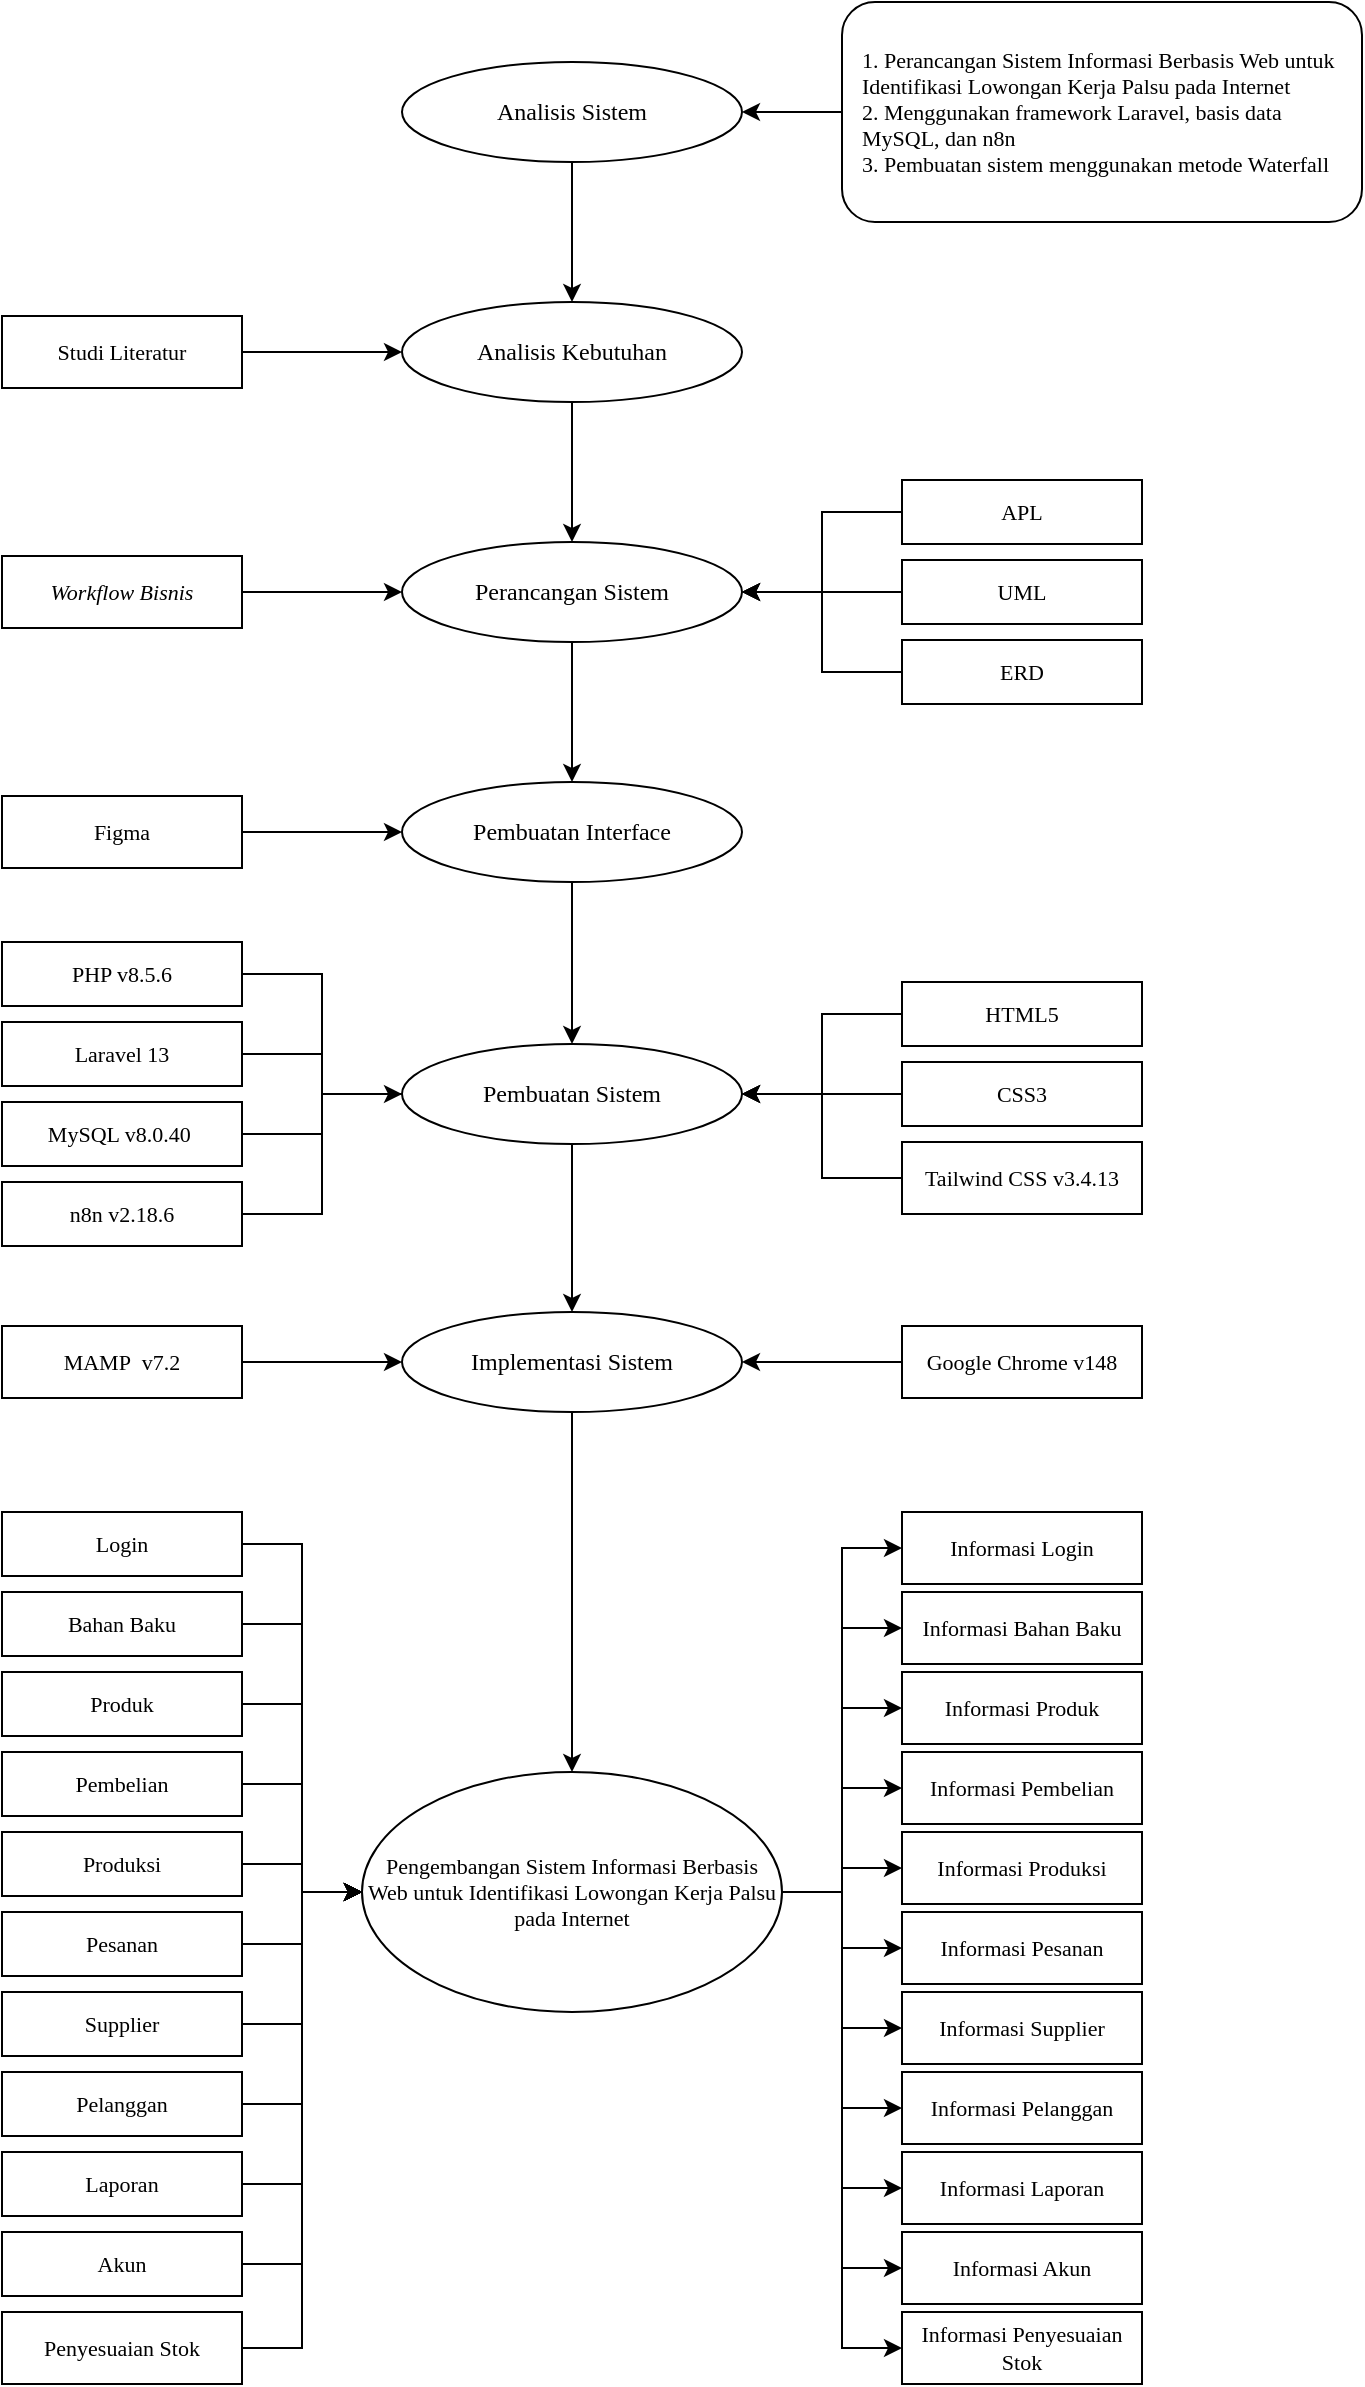
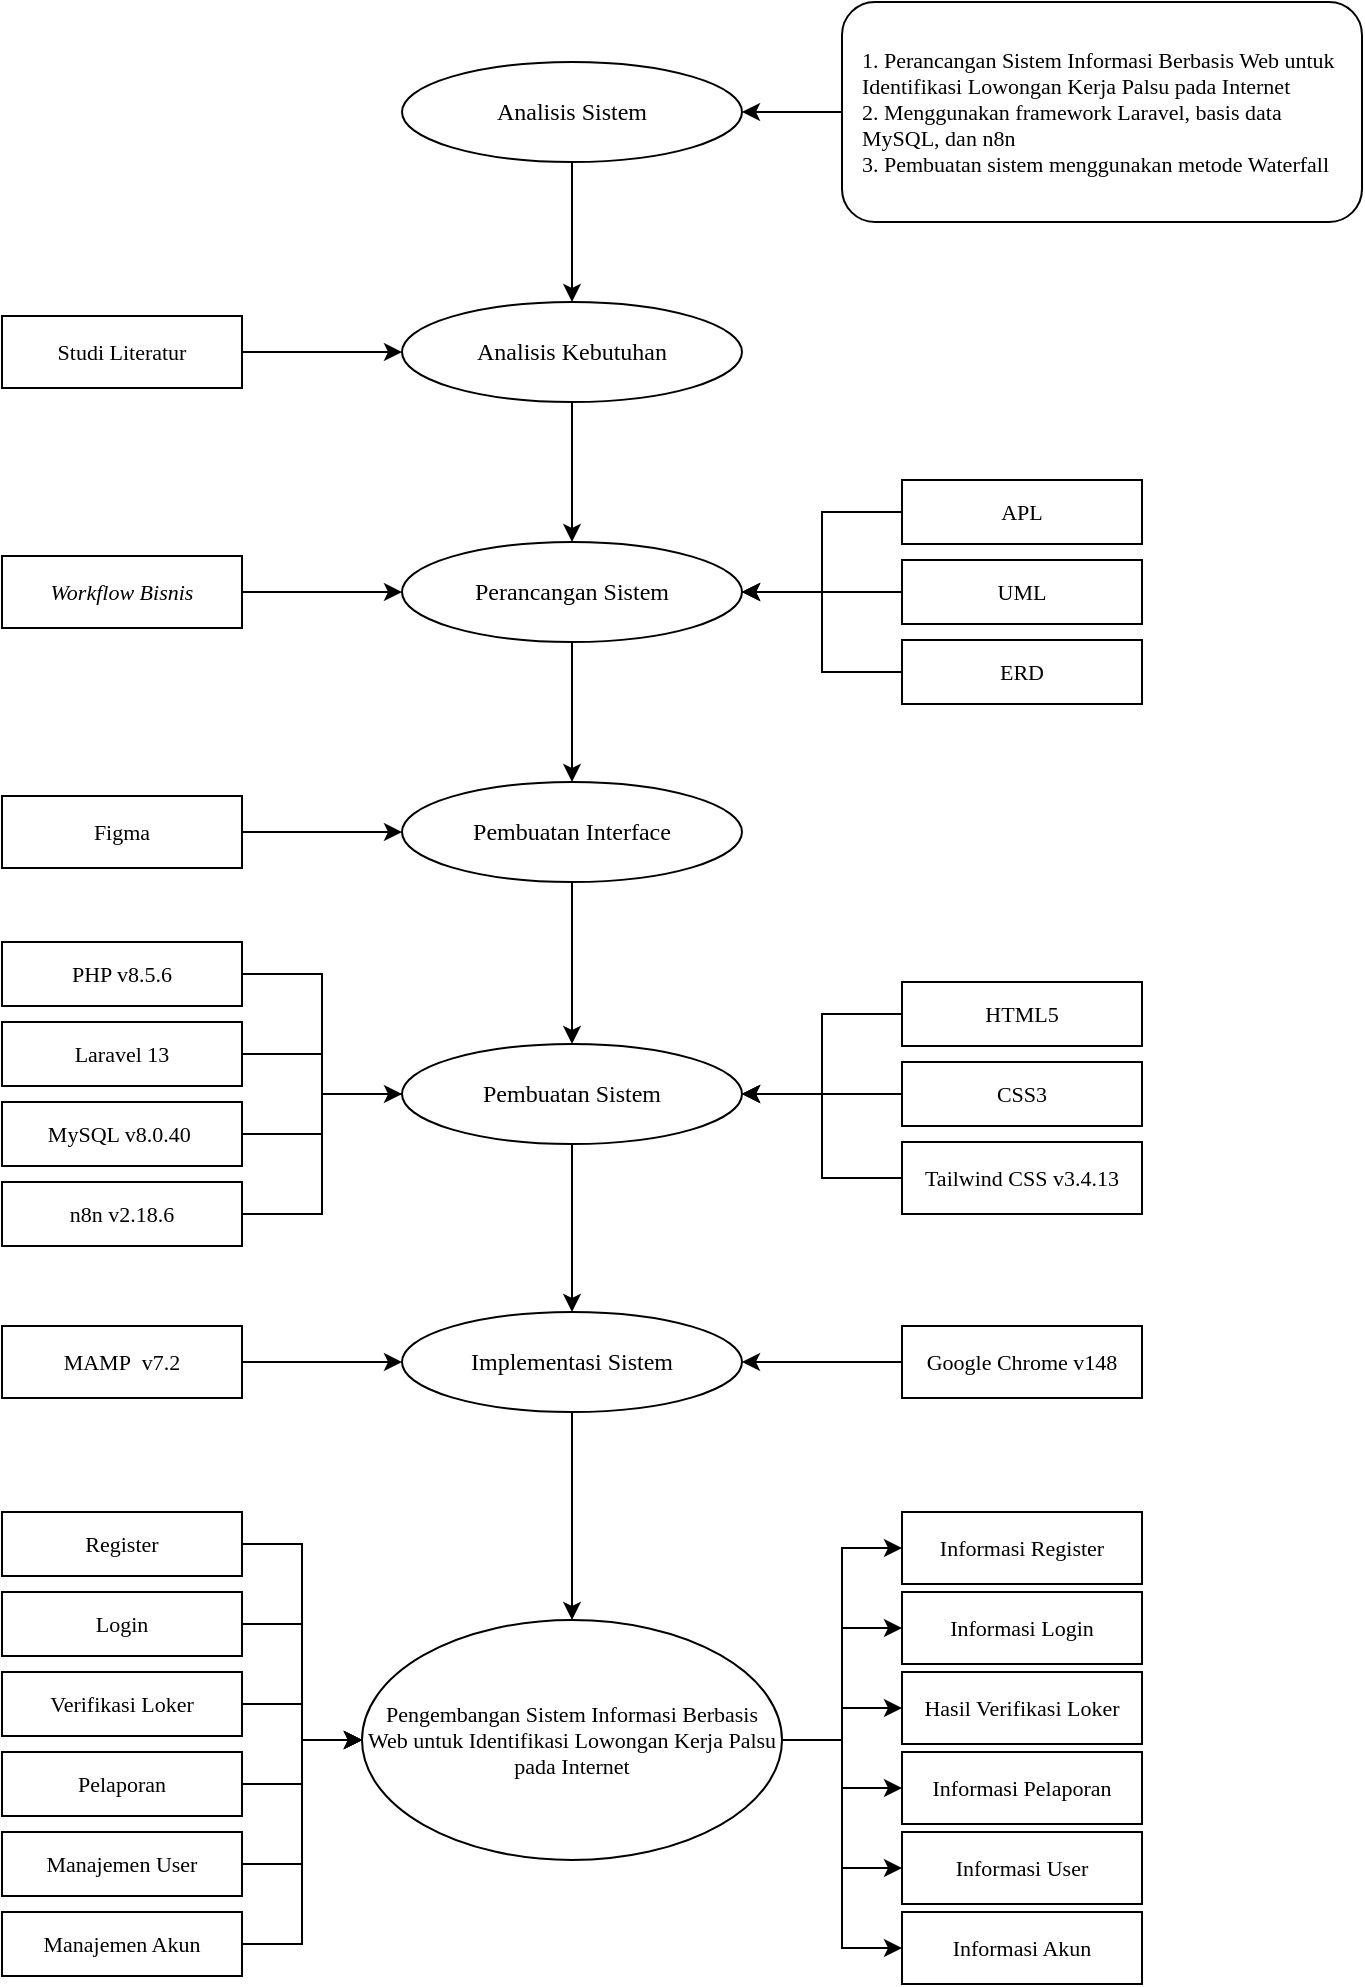
<mxfile host="app.diagrams.net">
  <diagram name="Page-1" id="yfmV3Sks-nrF4BvnnPUG">
-     <mxGraphModel dx="2142" dy="1169" grid="1" gridSize="10" guides="1" tooltips="1" connect="1" arrows="1" fold="1" page="1" pageScale="1" pageWidth="827" pageHeight="1169" math="0" shadow="0">
+     <mxGraphModel dx="1071" dy="584" grid="1" gridSize="10" guides="1" tooltips="1" connect="1" arrows="1" fold="1" page="1" pageScale="1" pageWidth="827" pageHeight="1169" math="0" shadow="0">
      <root>
        <mxCell id="0" />
        <mxCell id="1" parent="0" />
        <mxCell id="fTyH0j3n_jQUCsVNDcWE-1" parent="1" style="ellipse;whiteSpace=wrap;html=1;fillColor=#ffffff;strokeColor=#000000;fontFamily=Times New Roman;fontSize=12;" value="Analisis Sistem" vertex="1">
          <mxGeometry height="50" width="170" x="580" y="110" as="geometry" />
        </mxCell>
        <mxCell id="fTyH0j3n_jQUCsVNDcWE-2" parent="1" style="ellipse;whiteSpace=wrap;html=1;fillColor=#ffffff;strokeColor=#000000;fontFamily=Times New Roman;fontSize=12;" value="Analisis Kebutuhan" vertex="1">
          <mxGeometry height="50" width="170" x="580" y="230" as="geometry" />
        </mxCell>
        <mxCell id="fTyH0j3n_jQUCsVNDcWE-3" parent="1" style="ellipse;whiteSpace=wrap;html=1;fillColor=#ffffff;strokeColor=#000000;fontFamily=Times New Roman;fontSize=12;" value="Perancangan Sistem" vertex="1">
          <mxGeometry height="50" width="170" x="580" y="350" as="geometry" />
        </mxCell>
        <mxCell id="fTyH0j3n_jQUCsVNDcWE-4" parent="1" style="ellipse;whiteSpace=wrap;html=1;fillColor=#ffffff;strokeColor=#000000;fontFamily=Times New Roman;fontSize=12;" value="Pembuatan Interface" vertex="1">
          <mxGeometry height="50" width="170" x="580" y="470" as="geometry" />
        </mxCell>
        <mxCell id="fTyH0j3n_jQUCsVNDcWE-5" parent="1" style="ellipse;whiteSpace=wrap;html=1;fillColor=#ffffff;strokeColor=#000000;fontFamily=Times New Roman;fontSize=12;" value="Pembuatan Sistem" vertex="1">
          <mxGeometry height="50" width="170" x="580" y="601" as="geometry" />
        </mxCell>
        <mxCell id="fTyH0j3n_jQUCsVNDcWE-6" parent="1" style="ellipse;whiteSpace=wrap;html=1;fillColor=#ffffff;strokeColor=#000000;fontFamily=Times New Roman;fontSize=12;" value="Implementasi Sistem" vertex="1">
          <mxGeometry height="50" width="170" x="580" y="735" as="geometry" />
        </mxCell>
        <mxCell id="fTyH0j3n_jQUCsVNDcWE-7" parent="1" style="ellipse;whiteSpace=wrap;html=1;fillColor=#ffffff;strokeColor=#000000;fontFamily=Times New Roman;fontSize=11;" value="Pengembangan Sistem Informasi Berbasis Web untuk Identifikasi Lowongan Kerja Palsu pada Internet" vertex="1">
-           <mxGeometry height="120" width="210" x="560" y="965" as="geometry" />
+           <mxGeometry height="120" width="210" x="560" y="889" as="geometry" />
        </mxCell>
        <mxCell id="fTyH0j3n_jQUCsVNDcWE-8" edge="1" parent="1" source="fTyH0j3n_jQUCsVNDcWE-1" style="endArrow=classic;html=1;rounded=0;exitX=0.5;exitY=1;entryX=0.5;entryY=0;" target="fTyH0j3n_jQUCsVNDcWE-2">
          <mxGeometry relative="1" as="geometry" />
        </mxCell>
        <mxCell id="fTyH0j3n_jQUCsVNDcWE-9" edge="1" parent="1" source="fTyH0j3n_jQUCsVNDcWE-2" style="endArrow=classic;html=1;rounded=0;exitX=0.5;exitY=1;entryX=0.5;entryY=0;" target="fTyH0j3n_jQUCsVNDcWE-3">
          <mxGeometry relative="1" as="geometry" />
        </mxCell>
        <mxCell id="fTyH0j3n_jQUCsVNDcWE-10" edge="1" parent="1" source="fTyH0j3n_jQUCsVNDcWE-3" style="endArrow=classic;html=1;rounded=0;exitX=0.5;exitY=1;entryX=0.5;entryY=0;" target="fTyH0j3n_jQUCsVNDcWE-4">
          <mxGeometry relative="1" as="geometry" />
        </mxCell>
        <mxCell id="fTyH0j3n_jQUCsVNDcWE-11" edge="1" parent="1" source="fTyH0j3n_jQUCsVNDcWE-4" style="endArrow=classic;html=1;rounded=0;exitX=0.5;exitY=1;entryX=0.5;entryY=0;" target="fTyH0j3n_jQUCsVNDcWE-5">
          <mxGeometry relative="1" as="geometry" />
        </mxCell>
        <mxCell id="fTyH0j3n_jQUCsVNDcWE-12" edge="1" parent="1" source="fTyH0j3n_jQUCsVNDcWE-5" style="endArrow=classic;html=1;rounded=0;exitX=0.5;exitY=1;entryX=0.5;entryY=0;" target="fTyH0j3n_jQUCsVNDcWE-6">
          <mxGeometry relative="1" as="geometry" />
        </mxCell>
        <mxCell id="fTyH0j3n_jQUCsVNDcWE-13" edge="1" parent="1" source="fTyH0j3n_jQUCsVNDcWE-6" style="endArrow=classic;html=1;rounded=0;exitX=0.5;exitY=1;entryX=0.5;entryY=0;" target="fTyH0j3n_jQUCsVNDcWE-7">
          <mxGeometry relative="1" as="geometry" />
        </mxCell>
        <mxCell id="fTyH0j3n_jQUCsVNDcWE-14" parent="1" style="rounded=1;whiteSpace=wrap;html=1;fillColor=#ffffff;strokeColor=#000000;fontFamily=Times New Roman;fontSize=11;align=left;verticalAlign=middle;spacingLeft=8;spacingRight=8;" value="1. Perancangan Sistem Informasi Berbasis Web untuk Identifikasi Lowongan Kerja Palsu pada Internet&lt;br&gt;2. Menggunakan framework Laravel, basis data MySQL, dan n8n&lt;br&gt;3. Pembuatan sistem menggunakan metode Waterfall" vertex="1">
          <mxGeometry height="110" width="260" x="800" y="80" as="geometry" />
        </mxCell>
        <mxCell id="fTyH0j3n_jQUCsVNDcWE-15" edge="1" parent="1" source="fTyH0j3n_jQUCsVNDcWE-1" style="endArrow=none;html=1;rounded=0;exitX=1;exitY=0.5;entryX=0;entryY=0.5;startArrow=classic;startFill=1;" target="fTyH0j3n_jQUCsVNDcWE-14">
          <mxGeometry relative="1" as="geometry" />
        </mxCell>
        <mxCell id="fTyH0j3n_jQUCsVNDcWE-16" parent="1" style="rounded=0;whiteSpace=wrap;html=1;fillColor=#ffffff;strokeColor=#000000;fontFamily=Times New Roman;fontSize=11;" value="Studi Literatur" vertex="1">
          <mxGeometry height="36" width="120" x="380" y="237" as="geometry" />
        </mxCell>
        <mxCell id="fTyH0j3n_jQUCsVNDcWE-19" edge="1" parent="1" source="fTyH0j3n_jQUCsVNDcWE-16" style="endArrow=classic;html=1;exitX=1;exitY=0.5;entryX=0;entryY=0.5;endFill=1;" target="fTyH0j3n_jQUCsVNDcWE-2">
          <mxGeometry relative="1" as="geometry" />
        </mxCell>
        <mxCell id="fTyH0j3n_jQUCsVNDcWE-22" parent="1" style="rounded=0;whiteSpace=wrap;html=1;fillColor=#ffffff;strokeColor=#000000;fontFamily=Times New Roman;fontSize=11;fontStyle=2" value="Workflow Bisnis" vertex="1">
          <mxGeometry height="36" width="120" x="380" y="357" as="geometry" />
        </mxCell>
        <mxCell id="fTyH0j3n_jQUCsVNDcWE-23" parent="1" style="rounded=0;whiteSpace=wrap;html=1;fillColor=#ffffff;strokeColor=#000000;fontFamily=Times New Roman;fontSize=11;" value="APL" vertex="1">
          <mxGeometry height="32" width="120" x="830" y="319" as="geometry" />
        </mxCell>
        <mxCell id="fTyH0j3n_jQUCsVNDcWE-24" parent="1" style="rounded=0;whiteSpace=wrap;html=1;fillColor=#ffffff;strokeColor=#000000;fontFamily=Times New Roman;fontSize=11;" value="UML" vertex="1">
          <mxGeometry height="32" width="120" x="830" y="359" as="geometry" />
        </mxCell>
        <mxCell id="fTyH0j3n_jQUCsVNDcWE-25" parent="1" style="rounded=0;whiteSpace=wrap;html=1;fillColor=#ffffff;strokeColor=#000000;fontFamily=Times New Roman;fontSize=11;" value="ERD" vertex="1">
          <mxGeometry height="32" width="120" x="830" y="399" as="geometry" />
        </mxCell>
        <mxCell id="fTyH0j3n_jQUCsVNDcWE-26" edge="1" parent="1" source="fTyH0j3n_jQUCsVNDcWE-22" style="endArrow=classic;html=1;exitX=1;exitY=0.5;entryX=0;entryY=0.5;endFill=1;" target="fTyH0j3n_jQUCsVNDcWE-3">
          <mxGeometry relative="1" as="geometry" />
        </mxCell>
        <mxCell id="fTyH0j3n_jQUCsVNDcWE-27" edge="1" parent="1" source="fTyH0j3n_jQUCsVNDcWE-3" style="endArrow=none;html=1;exitX=1;exitY=0.5;entryX=0;entryY=0.5;startArrow=classic;startFill=1;edgeStyle=orthogonalEdgeStyle;rounded=0;curved=0;" target="fTyH0j3n_jQUCsVNDcWE-23">
          <mxGeometry relative="1" as="geometry" />
        </mxCell>
        <mxCell id="fTyH0j3n_jQUCsVNDcWE-28" edge="1" parent="1" source="fTyH0j3n_jQUCsVNDcWE-3" style="endArrow=none;html=1;exitX=1;exitY=0.5;entryX=0;entryY=0.5;startArrow=classic;startFill=1;edgeStyle=orthogonalEdgeStyle;rounded=0;curved=0;" target="fTyH0j3n_jQUCsVNDcWE-24">
          <mxGeometry relative="1" as="geometry" />
        </mxCell>
        <mxCell id="fTyH0j3n_jQUCsVNDcWE-29" edge="1" parent="1" source="fTyH0j3n_jQUCsVNDcWE-3" style="endArrow=none;html=1;exitX=1;exitY=0.5;entryX=0;entryY=0.5;startArrow=classic;startFill=1;edgeStyle=orthogonalEdgeStyle;rounded=0;curved=0;" target="fTyH0j3n_jQUCsVNDcWE-25">
          <mxGeometry relative="1" as="geometry" />
        </mxCell>
        <mxCell id="fTyH0j3n_jQUCsVNDcWE-30" parent="1" style="rounded=0;whiteSpace=wrap;html=1;fillColor=#ffffff;strokeColor=#000000;fontFamily=Times New Roman;fontSize=11;" value="Figma" vertex="1">
          <mxGeometry height="36" width="120" x="380" y="477" as="geometry" />
        </mxCell>
        <mxCell id="fTyH0j3n_jQUCsVNDcWE-31" edge="1" parent="1" source="fTyH0j3n_jQUCsVNDcWE-30" style="endArrow=classic;html=1;exitX=1;exitY=0.5;entryX=0;entryY=0.5;endFill=1;" target="fTyH0j3n_jQUCsVNDcWE-4">
          <mxGeometry relative="1" as="geometry" />
        </mxCell>
        <mxCell id="fTyH0j3n_jQUCsVNDcWE-32" parent="1" style="rounded=0;whiteSpace=wrap;html=1;fillColor=#ffffff;strokeColor=#000000;fontFamily=Times New Roman;fontSize=11;" value="PHP v8.5.6" vertex="1">
          <mxGeometry height="32" width="120" x="380" y="550" as="geometry" />
        </mxCell>
        <mxCell id="fTyH0j3n_jQUCsVNDcWE-33" parent="1" style="rounded=0;whiteSpace=wrap;html=1;fillColor=#ffffff;strokeColor=#000000;fontFamily=Times New Roman;fontSize=11;" value="Laravel 13" vertex="1">
          <mxGeometry height="32" width="120" x="380" y="590" as="geometry" />
        </mxCell>
        <mxCell id="fTyH0j3n_jQUCsVNDcWE-34" parent="1" style="rounded=0;whiteSpace=wrap;html=1;fillColor=#ffffff;strokeColor=#000000;fontFamily=Times New Roman;fontSize=11;" value="MySQL v8.0.40&amp;nbsp;" vertex="1">
          <mxGeometry height="32" width="120" x="380" y="630" as="geometry" />
        </mxCell>
        <mxCell id="fTyH0j3n_jQUCsVNDcWE-35" parent="1" style="rounded=0;whiteSpace=wrap;html=1;fillColor=#ffffff;strokeColor=#000000;fontFamily=Times New Roman;fontSize=11;" value="HTML5" vertex="1">
          <mxGeometry height="32" width="120" x="830" y="570" as="geometry" />
        </mxCell>
        <mxCell id="fTyH0j3n_jQUCsVNDcWE-36" parent="1" style="rounded=0;whiteSpace=wrap;html=1;fillColor=#ffffff;strokeColor=#000000;fontFamily=Times New Roman;fontSize=11;" value="CSS3" vertex="1">
          <mxGeometry height="32" width="120" x="830" y="610" as="geometry" />
        </mxCell>
        <mxCell id="fTyH0j3n_jQUCsVNDcWE-37" parent="1" style="rounded=0;whiteSpace=wrap;html=1;fillColor=#ffffff;strokeColor=#000000;fontFamily=Times New Roman;fontSize=11;" value="Tailwind CSS v3.4.13" vertex="1">
          <mxGeometry height="36" width="120" x="830" y="650" as="geometry" />
        </mxCell>
        <mxCell id="fTyH0j3n_jQUCsVNDcWE-38" edge="1" parent="1" source="fTyH0j3n_jQUCsVNDcWE-32" style="endArrow=none;html=1;exitX=1;exitY=0.5;entryX=0;entryY=0.5;edgeStyle=orthogonalEdgeStyle;rounded=0;curved=0;" target="fTyH0j3n_jQUCsVNDcWE-5">
          <mxGeometry relative="1" as="geometry" />
        </mxCell>
        <mxCell id="fTyH0j3n_jQUCsVNDcWE-39" edge="1" parent="1" source="fTyH0j3n_jQUCsVNDcWE-33" style="endArrow=none;html=1;exitX=1;exitY=0.5;entryX=0;entryY=0.5;edgeStyle=orthogonalEdgeStyle;rounded=0;curved=0;" target="fTyH0j3n_jQUCsVNDcWE-5">
          <mxGeometry relative="1" as="geometry" />
        </mxCell>
        <mxCell id="fTyH0j3n_jQUCsVNDcWE-40" edge="1" parent="1" source="fTyH0j3n_jQUCsVNDcWE-34" style="endArrow=none;html=1;exitX=1;exitY=0.5;entryX=0;entryY=0.5;edgeStyle=orthogonalEdgeStyle;rounded=0;curved=0;" target="fTyH0j3n_jQUCsVNDcWE-5">
          <mxGeometry relative="1" as="geometry" />
        </mxCell>
        <mxCell id="fTyH0j3n_jQUCsVNDcWE-41" edge="1" parent="1" source="fTyH0j3n_jQUCsVNDcWE-5" style="endArrow=none;html=1;exitX=1;exitY=0.5;entryX=0;entryY=0.5;edgeStyle=orthogonalEdgeStyle;rounded=0;curved=0;startArrow=classic;startFill=1;" target="fTyH0j3n_jQUCsVNDcWE-35">
          <mxGeometry relative="1" as="geometry" />
        </mxCell>
        <mxCell id="fTyH0j3n_jQUCsVNDcWE-42" edge="1" parent="1" source="fTyH0j3n_jQUCsVNDcWE-5" style="endArrow=none;html=1;exitX=1;exitY=0.5;entryX=0;entryY=0.5;edgeStyle=orthogonalEdgeStyle;rounded=0;curved=0;startArrow=classic;startFill=1;" target="fTyH0j3n_jQUCsVNDcWE-36">
          <mxGeometry relative="1" as="geometry" />
        </mxCell>
        <mxCell id="fTyH0j3n_jQUCsVNDcWE-43" edge="1" parent="1" source="fTyH0j3n_jQUCsVNDcWE-5" style="endArrow=none;html=1;exitX=1;exitY=0.5;entryX=0;entryY=0.5;edgeStyle=orthogonalEdgeStyle;rounded=0;curved=0;startArrow=classic;startFill=1;" target="fTyH0j3n_jQUCsVNDcWE-37">
          <mxGeometry relative="1" as="geometry" />
        </mxCell>
        <mxCell id="fTyH0j3n_jQUCsVNDcWE-44" parent="1" style="rounded=0;whiteSpace=wrap;html=1;fillColor=#ffffff;strokeColor=#000000;fontFamily=Times New Roman;fontSize=11;" value="MAMP&amp;nbsp; v7.2" vertex="1">
          <mxGeometry height="36" width="120" x="380" y="742" as="geometry" />
        </mxCell>
        <mxCell id="fTyH0j3n_jQUCsVNDcWE-45" parent="1" style="rounded=0;whiteSpace=wrap;html=1;fillColor=#ffffff;strokeColor=#000000;fontFamily=Times New Roman;fontSize=11;" value="Google Chrome v148" vertex="1">
          <mxGeometry height="36" width="120" x="830" y="742" as="geometry" />
        </mxCell>
        <mxCell id="fTyH0j3n_jQUCsVNDcWE-46" edge="1" parent="1" source="fTyH0j3n_jQUCsVNDcWE-44" style="endArrow=classic;html=1;exitX=1;exitY=0.5;entryX=0;entryY=0.5;endFill=1;" target="fTyH0j3n_jQUCsVNDcWE-6">
          <mxGeometry relative="1" as="geometry" />
        </mxCell>
        <mxCell id="fTyH0j3n_jQUCsVNDcWE-47" edge="1" parent="1" source="fTyH0j3n_jQUCsVNDcWE-6" style="endArrow=none;html=1;exitX=1;exitY=0.5;entryX=0;entryY=0.5;startArrow=classic;startFill=1;" target="fTyH0j3n_jQUCsVNDcWE-45">
          <mxGeometry relative="1" as="geometry" />
        </mxCell>
-         <mxCell id="fTyH0j3n_jQUCsVNDcWE-48" parent="1" style="rounded=0;whiteSpace=wrap;html=1;fillColor=#ffffff;strokeColor=#000000;fontFamily=Times New Roman;fontSize=11;" value="Login" vertex="1">
+         <mxCell id="fTyH0j3n_jQUCsVNDcWE-48" parent="1" style="rounded=0;whiteSpace=wrap;html=1;fillColor=#ffffff;strokeColor=#000000;fontFamily=Times New Roman;fontSize=11;" value="Register" vertex="1">
          <mxGeometry height="32" width="120" x="380" y="835" as="geometry" />
        </mxCell>
-         <mxCell id="fTyH0j3n_jQUCsVNDcWE-49" parent="1" style="rounded=0;whiteSpace=wrap;html=1;fillColor=#ffffff;strokeColor=#000000;fontFamily=Times New Roman;fontSize=11;" value="Bahan Baku" vertex="1">
+         <mxCell id="fTyH0j3n_jQUCsVNDcWE-49" parent="1" style="rounded=0;whiteSpace=wrap;html=1;fillColor=#ffffff;strokeColor=#000000;fontFamily=Times New Roman;fontSize=11;" value="Login" vertex="1">
          <mxGeometry height="32" width="120" x="380" y="875" as="geometry" />
        </mxCell>
-         <mxCell id="fTyH0j3n_jQUCsVNDcWE-50" parent="1" style="rounded=0;whiteSpace=wrap;html=1;fillColor=#ffffff;strokeColor=#000000;fontFamily=Times New Roman;fontSize=11;" value="Produk" vertex="1">
+         <mxCell id="fTyH0j3n_jQUCsVNDcWE-50" parent="1" style="rounded=0;whiteSpace=wrap;html=1;fillColor=#ffffff;strokeColor=#000000;fontFamily=Times New Roman;fontSize=11;" value="Verifikasi Loker" vertex="1">
          <mxGeometry height="32" width="120" x="380" y="915" as="geometry" />
        </mxCell>
-         <mxCell id="fTyH0j3n_jQUCsVNDcWE-51" parent="1" style="rounded=0;whiteSpace=wrap;html=1;fillColor=#ffffff;strokeColor=#000000;fontFamily=Times New Roman;fontSize=11;" value="Pembelian" vertex="1">
+         <mxCell id="fTyH0j3n_jQUCsVNDcWE-51" parent="1" style="rounded=0;whiteSpace=wrap;html=1;fillColor=#ffffff;strokeColor=#000000;fontFamily=Times New Roman;fontSize=11;" value="Pelaporan" vertex="1">
          <mxGeometry height="32" width="120" x="380" y="955" as="geometry" />
        </mxCell>
-         <mxCell id="fTyH0j3n_jQUCsVNDcWE-52" parent="1" style="rounded=0;whiteSpace=wrap;html=1;fillColor=#ffffff;strokeColor=#000000;fontFamily=Times New Roman;fontSize=11;" value="Produksi" vertex="1">
+         <mxCell id="fTyH0j3n_jQUCsVNDcWE-52" parent="1" style="rounded=0;whiteSpace=wrap;html=1;fillColor=#ffffff;strokeColor=#000000;fontFamily=Times New Roman;fontSize=11;" value="Manajemen User" vertex="1">
          <mxGeometry height="32" width="120" x="380" y="995" as="geometry" />
        </mxCell>
-         <mxCell id="fTyH0j3n_jQUCsVNDcWE-53" parent="1" style="rounded=0;whiteSpace=wrap;html=1;fillColor=#ffffff;strokeColor=#000000;fontFamily=Times New Roman;fontSize=11;" value="Pesanan" vertex="1">
+         <mxCell id="fTyH0j3n_jQUCsVNDcWE-53" parent="1" style="rounded=0;whiteSpace=wrap;html=1;fillColor=#ffffff;strokeColor=#000000;fontFamily=Times New Roman;fontSize=11;" value="Manajemen Akun" vertex="1">
          <mxGeometry height="32" width="120" x="380" y="1035" as="geometry" />
        </mxCell>
-         <mxCell id="fTyH0j3n_jQUCsVNDcWE-54" parent="1" style="rounded=0;whiteSpace=wrap;html=1;fillColor=#ffffff;strokeColor=#000000;fontFamily=Times New Roman;fontSize=11;" value="Supplier" vertex="1">
-           <mxGeometry height="32" width="120" x="380" y="1075" as="geometry" />
-         </mxCell>
-         <mxCell id="fTyH0j3n_jQUCsVNDcWE-55" parent="1" style="rounded=0;whiteSpace=wrap;html=1;fillColor=#ffffff;strokeColor=#000000;fontFamily=Times New Roman;fontSize=11;" value="Pelanggan" vertex="1">
-           <mxGeometry height="32" width="120" x="380" y="1115" as="geometry" />
-         </mxCell>
-         <mxCell id="fTyH0j3n_jQUCsVNDcWE-56" parent="1" style="rounded=0;whiteSpace=wrap;html=1;fillColor=#ffffff;strokeColor=#000000;fontFamily=Times New Roman;fontSize=11;" value="Laporan" vertex="1">
-           <mxGeometry height="32" width="120" x="380" y="1155" as="geometry" />
-         </mxCell>
-         <mxCell id="fTyH0j3n_jQUCsVNDcWE-57" parent="1" style="rounded=0;whiteSpace=wrap;html=1;fillColor=#ffffff;strokeColor=#000000;fontFamily=Times New Roman;fontSize=11;" value="Akun" vertex="1">
-           <mxGeometry height="32" width="120" x="380" y="1195" as="geometry" />
-         </mxCell>
-         <mxCell id="fTyH0j3n_jQUCsVNDcWE-58" parent="1" style="rounded=0;whiteSpace=wrap;html=1;fillColor=#ffffff;strokeColor=#000000;fontFamily=Times New Roman;fontSize=11;" value="Penyesuaian Stok" vertex="1">
-           <mxGeometry height="36" width="120" x="380" y="1235" as="geometry" />
-         </mxCell>
        <mxCell id="fTyH0j3n_jQUCsVNDcWE-59" edge="1" parent="1" source="fTyH0j3n_jQUCsVNDcWE-48" style="endArrow=classic;html=1;exitX=1;exitY=0.5;entryX=0;entryY=0.5;edgeStyle=orthogonalEdgeStyle;rounded=0;curved=0;endFill=1;" target="fTyH0j3n_jQUCsVNDcWE-7">
          <mxGeometry relative="1" as="geometry" />
        </mxCell>
        <mxCell id="fTyH0j3n_jQUCsVNDcWE-60" edge="1" parent="1" source="fTyH0j3n_jQUCsVNDcWE-49" style="endArrow=classic;html=1;exitX=1;exitY=0.5;entryX=0;entryY=0.5;edgeStyle=orthogonalEdgeStyle;rounded=0;curved=0;endFill=1;" target="fTyH0j3n_jQUCsVNDcWE-7">
          <mxGeometry relative="1" as="geometry" />
        </mxCell>
        <mxCell id="fTyH0j3n_jQUCsVNDcWE-61" edge="1" parent="1" source="fTyH0j3n_jQUCsVNDcWE-50" style="endArrow=classic;html=1;exitX=1;exitY=0.5;entryX=0;entryY=0.5;edgeStyle=orthogonalEdgeStyle;rounded=0;curved=0;endFill=1;" target="fTyH0j3n_jQUCsVNDcWE-7">
          <mxGeometry relative="1" as="geometry" />
        </mxCell>
        <mxCell id="fTyH0j3n_jQUCsVNDcWE-62" edge="1" parent="1" source="fTyH0j3n_jQUCsVNDcWE-51" style="endArrow=none;html=1;exitX=1;exitY=0.5;entryX=0;entryY=0.5;edgeStyle=orthogonalEdgeStyle;rounded=0;curved=0;" target="fTyH0j3n_jQUCsVNDcWE-7">
          <mxGeometry relative="1" as="geometry" />
        </mxCell>
        <mxCell id="fTyH0j3n_jQUCsVNDcWE-63" edge="1" parent="1" source="fTyH0j3n_jQUCsVNDcWE-52" style="endArrow=classic;html=1;exitX=1;exitY=0.5;entryX=0;entryY=0.5;edgeStyle=orthogonalEdgeStyle;rounded=0;curved=0;endFill=1;" target="fTyH0j3n_jQUCsVNDcWE-7">
          <mxGeometry relative="1" as="geometry" />
        </mxCell>
        <mxCell id="fTyH0j3n_jQUCsVNDcWE-64" edge="1" parent="1" source="fTyH0j3n_jQUCsVNDcWE-53" style="endArrow=classic;html=1;exitX=1;exitY=0.5;entryX=0;entryY=0.5;edgeStyle=orthogonalEdgeStyle;rounded=0;curved=0;endFill=1;" target="fTyH0j3n_jQUCsVNDcWE-7">
          <mxGeometry relative="1" as="geometry" />
        </mxCell>
-         <mxCell id="fTyH0j3n_jQUCsVNDcWE-65" edge="1" parent="1" source="fTyH0j3n_jQUCsVNDcWE-54" style="endArrow=classic;html=1;exitX=1;exitY=0.5;entryX=0;entryY=0.5;edgeStyle=orthogonalEdgeStyle;rounded=0;curved=0;endFill=1;" target="fTyH0j3n_jQUCsVNDcWE-7">
-           <mxGeometry relative="1" as="geometry" />
-         </mxCell>
-         <mxCell id="fTyH0j3n_jQUCsVNDcWE-66" edge="1" parent="1" source="fTyH0j3n_jQUCsVNDcWE-55" style="endArrow=classic;html=1;exitX=1;exitY=0.5;entryX=0;entryY=0.5;edgeStyle=orthogonalEdgeStyle;rounded=0;curved=0;endFill=1;" target="fTyH0j3n_jQUCsVNDcWE-7">
-           <mxGeometry relative="1" as="geometry" />
-         </mxCell>
-         <mxCell id="fTyH0j3n_jQUCsVNDcWE-67" edge="1" parent="1" source="fTyH0j3n_jQUCsVNDcWE-56" style="endArrow=classic;html=1;exitX=1;exitY=0.5;entryX=0;entryY=0.5;edgeStyle=orthogonalEdgeStyle;rounded=0;curved=0;endFill=1;" target="fTyH0j3n_jQUCsVNDcWE-7">
-           <mxGeometry relative="1" as="geometry" />
-         </mxCell>
-         <mxCell id="fTyH0j3n_jQUCsVNDcWE-68" edge="1" parent="1" source="fTyH0j3n_jQUCsVNDcWE-57" style="endArrow=classic;html=1;exitX=1;exitY=0.5;entryX=0;entryY=0.5;edgeStyle=orthogonalEdgeStyle;rounded=0;curved=0;endFill=1;" target="fTyH0j3n_jQUCsVNDcWE-7">
-           <mxGeometry relative="1" as="geometry" />
-         </mxCell>
-         <mxCell id="fTyH0j3n_jQUCsVNDcWE-69" edge="1" parent="1" source="fTyH0j3n_jQUCsVNDcWE-58" style="endArrow=classic;html=1;exitX=1;exitY=0.5;entryX=0;entryY=0.5;edgeStyle=orthogonalEdgeStyle;rounded=0;curved=0;endFill=1;" target="fTyH0j3n_jQUCsVNDcWE-7">
-           <mxGeometry relative="1" as="geometry" />
-         </mxCell>
-         <mxCell id="fTyH0j3n_jQUCsVNDcWE-70" parent="1" style="rounded=0;whiteSpace=wrap;html=1;fillColor=#ffffff;strokeColor=#000000;fontFamily=Times New Roman;fontSize=11;" value="Informasi Login" vertex="1">
+         <mxCell id="fTyH0j3n_jQUCsVNDcWE-70" parent="1" style="rounded=0;whiteSpace=wrap;html=1;fillColor=#ffffff;strokeColor=#000000;fontFamily=Times New Roman;fontSize=11;" value="Informasi Register" vertex="1">
          <mxGeometry height="36" width="120" x="830" y="835" as="geometry" />
        </mxCell>
-         <mxCell id="fTyH0j3n_jQUCsVNDcWE-71" parent="1" style="rounded=0;whiteSpace=wrap;html=1;fillColor=#ffffff;strokeColor=#000000;fontFamily=Times New Roman;fontSize=11;" value="Informasi Bahan Baku" vertex="1">
+         <mxCell id="fTyH0j3n_jQUCsVNDcWE-71" parent="1" style="rounded=0;whiteSpace=wrap;html=1;fillColor=#ffffff;strokeColor=#000000;fontFamily=Times New Roman;fontSize=11;" value="Informasi Login" vertex="1">
          <mxGeometry height="36" width="120" x="830" y="875" as="geometry" />
        </mxCell>
-         <mxCell id="fTyH0j3n_jQUCsVNDcWE-72" parent="1" style="rounded=0;whiteSpace=wrap;html=1;fillColor=#ffffff;strokeColor=#000000;fontFamily=Times New Roman;fontSize=11;" value="Informasi Produk" vertex="1">
+         <mxCell id="fTyH0j3n_jQUCsVNDcWE-72" parent="1" style="rounded=0;whiteSpace=wrap;html=1;fillColor=#ffffff;strokeColor=#000000;fontFamily=Times New Roman;fontSize=11;" value="Hasil Verifikasi Loker" vertex="1">
          <mxGeometry height="36" width="120" x="830" y="915" as="geometry" />
        </mxCell>
-         <mxCell id="fTyH0j3n_jQUCsVNDcWE-73" parent="1" style="rounded=0;whiteSpace=wrap;html=1;fillColor=#ffffff;strokeColor=#000000;fontFamily=Times New Roman;fontSize=11;" value="Informasi Pembelian" vertex="1">
+         <mxCell id="fTyH0j3n_jQUCsVNDcWE-73" parent="1" style="rounded=0;whiteSpace=wrap;html=1;fillColor=#ffffff;strokeColor=#000000;fontFamily=Times New Roman;fontSize=11;" value="Informasi Pelaporan" vertex="1">
          <mxGeometry height="36" width="120" x="830" y="955" as="geometry" />
        </mxCell>
-         <mxCell id="fTyH0j3n_jQUCsVNDcWE-74" parent="1" style="rounded=0;whiteSpace=wrap;html=1;fillColor=#ffffff;strokeColor=#000000;fontFamily=Times New Roman;fontSize=11;" value="Informasi Produksi" vertex="1">
+         <mxCell id="fTyH0j3n_jQUCsVNDcWE-74" parent="1" style="rounded=0;whiteSpace=wrap;html=1;fillColor=#ffffff;strokeColor=#000000;fontFamily=Times New Roman;fontSize=11;" value="Informasi User" vertex="1">
          <mxGeometry height="36" width="120" x="830" y="995" as="geometry" />
        </mxCell>
-         <mxCell id="fTyH0j3n_jQUCsVNDcWE-75" parent="1" style="rounded=0;whiteSpace=wrap;html=1;fillColor=#ffffff;strokeColor=#000000;fontFamily=Times New Roman;fontSize=11;" value="Informasi Pesanan" vertex="1">
+         <mxCell id="fTyH0j3n_jQUCsVNDcWE-75" parent="1" style="rounded=0;whiteSpace=wrap;html=1;fillColor=#ffffff;strokeColor=#000000;fontFamily=Times New Roman;fontSize=11;" value="Informasi Akun" vertex="1">
          <mxGeometry height="36" width="120" x="830" y="1035" as="geometry" />
        </mxCell>
-         <mxCell id="fTyH0j3n_jQUCsVNDcWE-76" parent="1" style="rounded=0;whiteSpace=wrap;html=1;fillColor=#ffffff;strokeColor=#000000;fontFamily=Times New Roman;fontSize=11;" value="Informasi Supplier" vertex="1">
-           <mxGeometry height="36" width="120" x="830" y="1075" as="geometry" />
-         </mxCell>
-         <mxCell id="fTyH0j3n_jQUCsVNDcWE-77" parent="1" style="rounded=0;whiteSpace=wrap;html=1;fillColor=#ffffff;strokeColor=#000000;fontFamily=Times New Roman;fontSize=11;" value="Informasi Pelanggan" vertex="1">
-           <mxGeometry height="36" width="120" x="830" y="1115" as="geometry" />
-         </mxCell>
-         <mxCell id="fTyH0j3n_jQUCsVNDcWE-78" parent="1" style="rounded=0;whiteSpace=wrap;html=1;fillColor=#ffffff;strokeColor=#000000;fontFamily=Times New Roman;fontSize=11;" value="Informasi Laporan" vertex="1">
-           <mxGeometry height="36" width="120" x="830" y="1155" as="geometry" />
-         </mxCell>
-         <mxCell id="fTyH0j3n_jQUCsVNDcWE-79" parent="1" style="rounded=0;whiteSpace=wrap;html=1;fillColor=#ffffff;strokeColor=#000000;fontFamily=Times New Roman;fontSize=11;" value="Informasi Akun" vertex="1">
-           <mxGeometry height="36" width="120" x="830" y="1195" as="geometry" />
-         </mxCell>
-         <mxCell id="fTyH0j3n_jQUCsVNDcWE-80" parent="1" style="rounded=0;whiteSpace=wrap;html=1;fillColor=#ffffff;strokeColor=#000000;fontFamily=Times New Roman;fontSize=11;" value="Informasi Penyesuaian Stok" vertex="1">
-           <mxGeometry height="36" width="120" x="830" y="1235" as="geometry" />
-         </mxCell>
        <mxCell id="fTyH0j3n_jQUCsVNDcWE-81" edge="1" parent="1" source="fTyH0j3n_jQUCsVNDcWE-7" style="endArrow=classic;html=1;exitX=1;exitY=0.5;entryX=0;entryY=0.5;rounded=0;edgeStyle=orthogonalEdgeStyle;endFill=1;" target="fTyH0j3n_jQUCsVNDcWE-70">
          <mxGeometry relative="1" as="geometry" />
        </mxCell>
        <mxCell id="fTyH0j3n_jQUCsVNDcWE-82" edge="1" parent="1" source="fTyH0j3n_jQUCsVNDcWE-7" style="endArrow=classic;html=1;exitX=1;exitY=0.5;entryX=0;entryY=0.5;rounded=0;edgeStyle=orthogonalEdgeStyle;endFill=1;" target="fTyH0j3n_jQUCsVNDcWE-71">
          <mxGeometry relative="1" as="geometry" />
        </mxCell>
        <mxCell id="fTyH0j3n_jQUCsVNDcWE-83" edge="1" parent="1" source="fTyH0j3n_jQUCsVNDcWE-7" style="endArrow=classic;html=1;exitX=1;exitY=0.5;entryX=0;entryY=0.5;rounded=0;edgeStyle=orthogonalEdgeStyle;endFill=1;" target="fTyH0j3n_jQUCsVNDcWE-72">
          <mxGeometry relative="1" as="geometry" />
        </mxCell>
        <mxCell id="fTyH0j3n_jQUCsVNDcWE-84" edge="1" parent="1" source="fTyH0j3n_jQUCsVNDcWE-7" style="endArrow=classic;html=1;exitX=1;exitY=0.5;entryX=0;entryY=0.5;rounded=0;edgeStyle=orthogonalEdgeStyle;endFill=1;" target="fTyH0j3n_jQUCsVNDcWE-73">
          <mxGeometry relative="1" as="geometry" />
        </mxCell>
        <mxCell id="fTyH0j3n_jQUCsVNDcWE-85" edge="1" parent="1" source="fTyH0j3n_jQUCsVNDcWE-7" style="endArrow=classic;html=1;exitX=1;exitY=0.5;entryX=0;entryY=0.5;rounded=0;edgeStyle=orthogonalEdgeStyle;endFill=1;" target="fTyH0j3n_jQUCsVNDcWE-74">
          <mxGeometry relative="1" as="geometry" />
        </mxCell>
        <mxCell id="fTyH0j3n_jQUCsVNDcWE-86" edge="1" parent="1" source="fTyH0j3n_jQUCsVNDcWE-7" style="endArrow=classic;html=1;exitX=1;exitY=0.5;entryX=0;entryY=0.5;rounded=0;edgeStyle=orthogonalEdgeStyle;endFill=1;" target="fTyH0j3n_jQUCsVNDcWE-75">
-           <mxGeometry relative="1" as="geometry" />
-         </mxCell>
-         <mxCell id="fTyH0j3n_jQUCsVNDcWE-87" edge="1" parent="1" source="fTyH0j3n_jQUCsVNDcWE-7" style="endArrow=classic;html=1;exitX=1;exitY=0.5;entryX=0;entryY=0.5;rounded=0;edgeStyle=orthogonalEdgeStyle;endFill=1;" target="fTyH0j3n_jQUCsVNDcWE-76">
-           <mxGeometry relative="1" as="geometry" />
-         </mxCell>
-         <mxCell id="fTyH0j3n_jQUCsVNDcWE-88" edge="1" parent="1" source="fTyH0j3n_jQUCsVNDcWE-7" style="endArrow=classic;html=1;exitX=1;exitY=0.5;entryX=0;entryY=0.5;rounded=0;edgeStyle=orthogonalEdgeStyle;endFill=1;" target="fTyH0j3n_jQUCsVNDcWE-77">
-           <mxGeometry relative="1" as="geometry" />
-         </mxCell>
-         <mxCell id="fTyH0j3n_jQUCsVNDcWE-89" edge="1" parent="1" source="fTyH0j3n_jQUCsVNDcWE-7" style="endArrow=classic;html=1;exitX=1;exitY=0.5;entryX=0;entryY=0.5;rounded=0;edgeStyle=orthogonalEdgeStyle;endFill=1;" target="fTyH0j3n_jQUCsVNDcWE-78">
-           <mxGeometry relative="1" as="geometry" />
-         </mxCell>
-         <mxCell id="fTyH0j3n_jQUCsVNDcWE-90" edge="1" parent="1" source="fTyH0j3n_jQUCsVNDcWE-7" style="endArrow=classic;html=1;exitX=1;exitY=0.5;entryX=0;entryY=0.5;rounded=0;edgeStyle=orthogonalEdgeStyle;endFill=1;" target="fTyH0j3n_jQUCsVNDcWE-79">
-           <mxGeometry relative="1" as="geometry" />
-         </mxCell>
-         <mxCell id="fTyH0j3n_jQUCsVNDcWE-91" edge="1" parent="1" source="fTyH0j3n_jQUCsVNDcWE-7" style="endArrow=classic;html=1;exitX=1;exitY=0.5;entryX=0;entryY=0.5;rounded=0;edgeStyle=orthogonalEdgeStyle;endFill=1;" target="fTyH0j3n_jQUCsVNDcWE-80">
          <mxGeometry relative="1" as="geometry" />
        </mxCell>
        <mxCell id="N9CpWy_333Ilmsceh_oc-2" edge="1" parent="1" source="N9CpWy_333Ilmsceh_oc-1" style="edgeStyle=orthogonalEdgeStyle;rounded=0;orthogonalLoop=1;jettySize=auto;html=1;exitX=1;exitY=0.5;exitDx=0;exitDy=0;entryX=0;entryY=0.5;entryDx=0;entryDy=0;" target="fTyH0j3n_jQUCsVNDcWE-5">
          <mxGeometry relative="1" as="geometry" />
        </mxCell>
        <mxCell id="N9CpWy_333Ilmsceh_oc-1" parent="1" style="rounded=0;whiteSpace=wrap;html=1;fillColor=#ffffff;strokeColor=#000000;fontFamily=Times New Roman;fontSize=11;" value="n8n v2.18.6" vertex="1">
          <mxGeometry height="32" width="120" x="380" y="670" as="geometry" />
        </mxCell>
      </root>
    </mxGraphModel>
  </diagram>
</mxfile>
